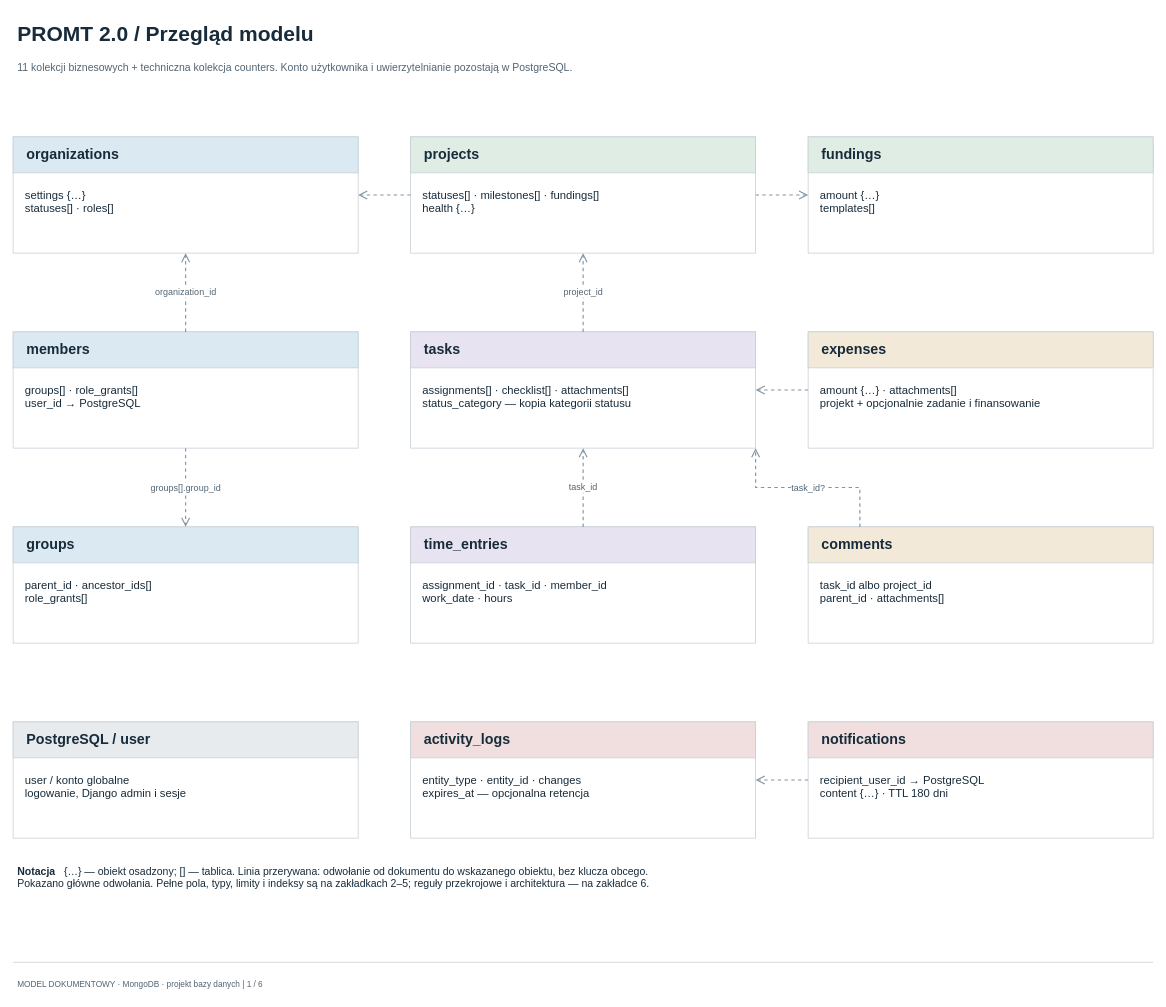
MarekTurkowicz/PROMPT-v2 keeps this draw.io diagram as page "1. Przegląd modelu" (1 of 6) of docs/schemat/warianty/nosql-mongodb-2.0.drawio. Above is the earlier version. Source tidied: cells renumbered, new cells numbered last; positions are measured from the earlier drawing's top-left corner, leaving out a move shared by most shapes. Both pictures are drawn from the tidied source at 75%, with x=0, y=0 at pixel (13, 13).
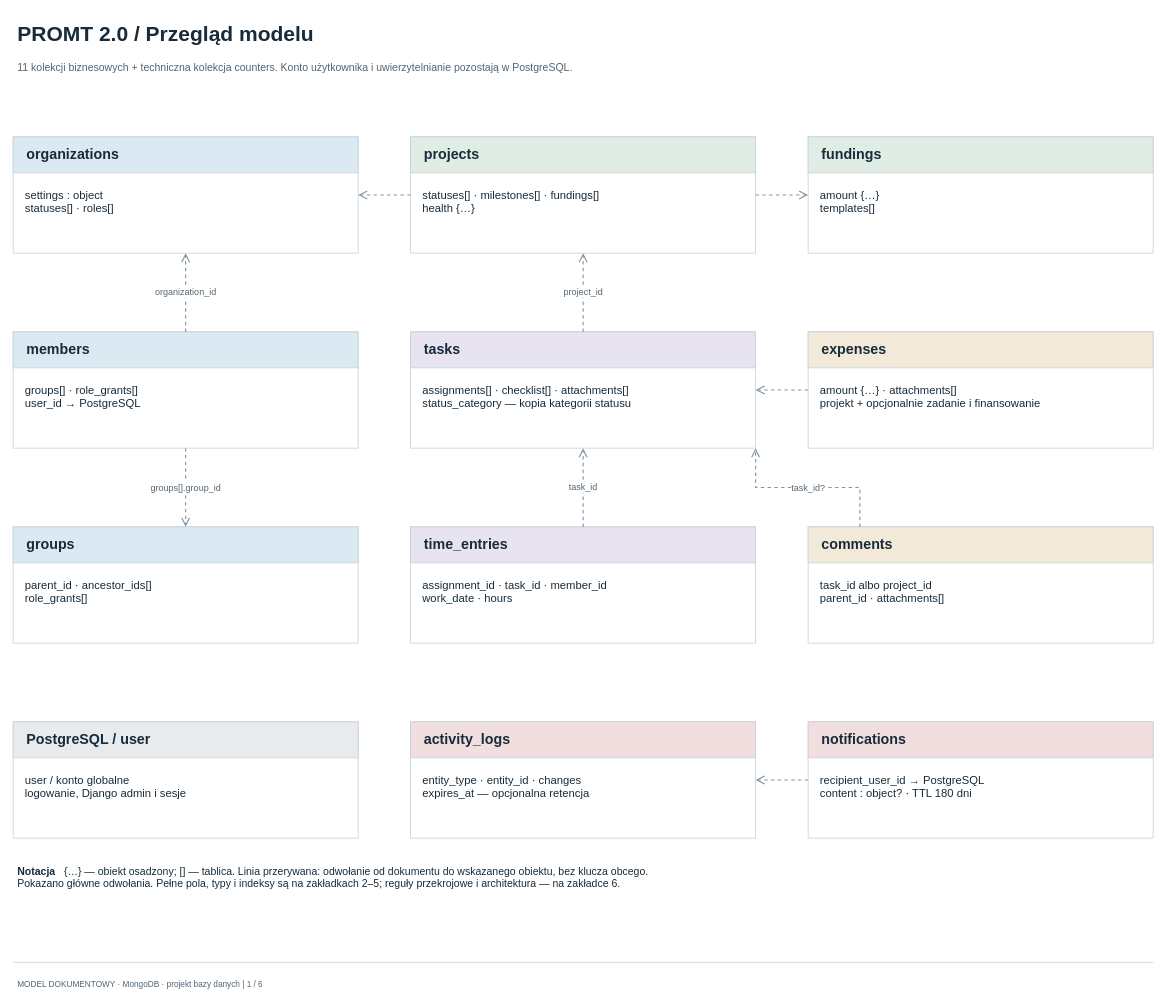
After the change.

The edit, as a diff of the source:
```diff
@@
-    <mxCell id="6" value="settings {…}&lt;br&gt;statuses[] · roles[]" style="html=1;whiteSpace=wrap;rounded=0;shadow=0;fontFamily=Arial;fontColor=#172B3A;fontSize=13;text;strokeColor=none;fillColor=none;align=left;verticalAlign=top;spacing=6;fontSize=15;fontColor=#172B3A;fontStyle=0;" parent="1" vertex="1">
+    <mxCell id="6" value="settings : object&lt;br&gt;statuses[] · roles[]" style="html=1;whiteSpace=wrap;rounded=0;shadow=0;fontFamily=Arial;fontColor=#172B3A;fontSize=13;text;strokeColor=none;fillColor=none;align=left;verticalAlign=top;spacing=6;fontSize=15;fontColor=#172B3A;fontStyle=0;" parent="1" vertex="1">
       <mxGeometry x="10" y="223" width="440" height="88" as="geometry" />
     </mxCell>
@@
-    <mxCell id="39" value="recipient_user_id → PostgreSQL&lt;br&gt;content {…} · TTL 180 dni" style="html=1;whiteSpace=wrap;rounded=0;shadow=0;fontFamily=Arial;fontColor=#172B3A;fontSize=13;text;strokeColor=none;fillColor=none;align=left;verticalAlign=top;spacing=6;fontSize=15;fontColor=#172B3A;fontStyle=0;" parent="1" vertex="1">
+    <mxCell id="39" value="recipient_user_id → PostgreSQL&lt;br&gt;content : object? · TTL 180 dni" style="html=1;whiteSpace=wrap;rounded=0;shadow=0;fontFamily=Arial;fontColor=#172B3A;fontSize=13;text;strokeColor=none;fillColor=none;align=left;verticalAlign=top;spacing=6;fontSize=15;fontColor=#172B3A;fontStyle=0;" parent="1" vertex="1">
       <mxGeometry x="1070" y="1003" width="440" height="88" as="geometry" />
     </mxCell>
@@
-    <mxCell id="49" value="&lt;b&gt;Notacja&lt;/b&gt; &amp;nbsp; {…} — obiekt osadzony; [] — tablica. Linia przerywana: odwołanie od dokumentu do wskazanego obiektu, bez klucza obcego.&lt;br&gt;Pokazano główne odwołania. Pełne pola, typy, limity i indeksy są na zakładkach 2–5; reguły przekrojowe i architektura — na zakładce 6." style="html=1;whiteSpace=wrap;rounded=0;shadow=0;fontFamily=Arial;fontColor=#172B3A;fontSize=13;text;strokeColor=none;fillColor=none;align=left;verticalAlign=top;spacing=6;fontSize=14;fontColor=#172B3A;fontStyle=0;" parent="1" vertex="1">
+    <mxCell id="49" value="&lt;b&gt;Notacja&lt;/b&gt; &amp;nbsp; {…} — obiekt osadzony; [] — tablica. Linia przerywana: odwołanie od dokumentu do wskazanego obiektu, bez klucza obcego.&lt;br&gt;Pokazano główne odwołania. Pełne pola, typy i indeksy są na zakładkach 2–5; reguły przekrojowe i architektura — na zakładce 6." style="html=1;whiteSpace=wrap;rounded=0;shadow=0;fontFamily=Arial;fontColor=#172B3A;fontSize=13;text;strokeColor=none;fillColor=none;align=left;verticalAlign=top;spacing=6;fontSize=14;fontColor=#172B3A;fontStyle=0;" parent="1" vertex="1">
       <mxGeometry y="1125" width="1520" height="70" as="geometry" />
     </mxCell>
```
